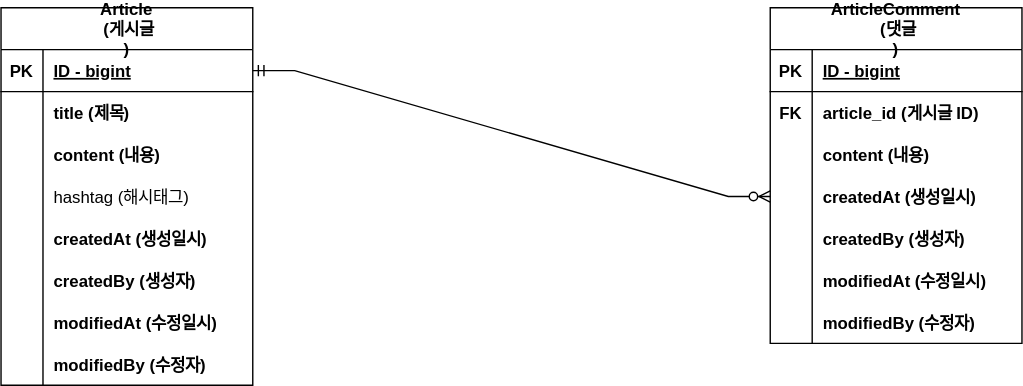
Earlier version of the draw.io export document/Board-Project-ERD.svg (Swacker3927/fastcampus-board-project). Source tidied: cells renumbered, new cells last; positions are measured from the earlier drawing's top-left corner, leaving out a move shared by most shapes.
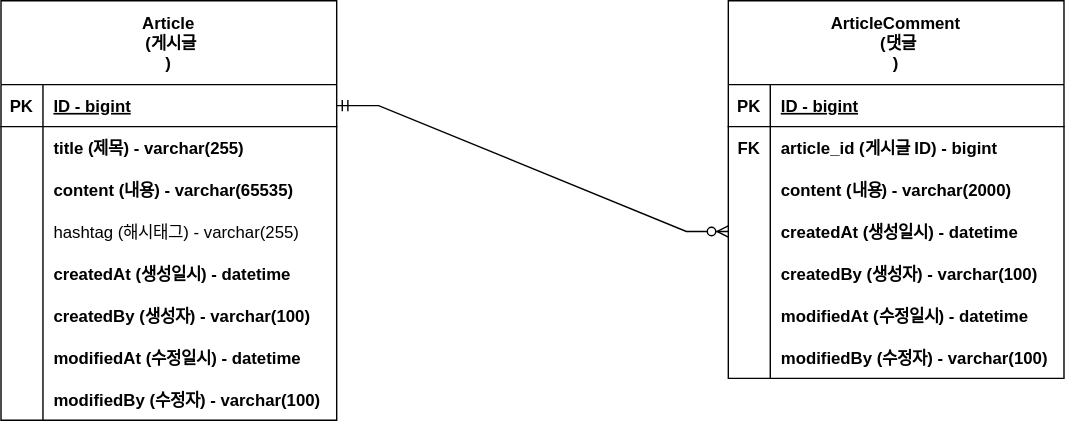
After the change.

What changed in the source:
```diff
@@ -2,146 +2,146 @@
   <root>
     <mxCell id="0" />
     <mxCell id="1" parent="0" />
-    <mxCell id="2" value="Article&#10; (게시글&#10;)" style="shape=table;startSize=30;rowLines=0;fontStyle=1;align=center;" parent="1" vertex="1">
-      <mxGeometry width="180" height="270" as="geometry" />
+    <mxCell id="2" value="Article&#10; (게시글&#10;)" style="shape=table;startSize=60;rowLines=0;fontStyle=1;align=center;" parent="1" vertex="1">
+      <mxGeometry x="-30" y="-40" width="240" height="300" as="geometry" />
     </mxCell>
     <mxCell id="3" style="shape=tableRow;horizontal=0;startSize=0;swimlaneHead=0;swimlaneBody=0;fillColor=none;points=[[0,0.5],[1,0.5]];portConstraint=eastwest;top=0;left=0;right=0;bottom=1;" parent="2" vertex="1">
-      <mxGeometry y="30" width="180" height="30" as="geometry" />
+      <mxGeometry y="60" width="240" height="30" as="geometry" />
     </mxCell>
     <mxCell id="4" value="PK" style="shape=partialRectangle;fillColor=none;top=0;left=0;bottom=0;right=0;fontStyle=1;overflow=hidden;" parent="3" vertex="1">
       <mxGeometry width="30" height="30" as="geometry" />
     </mxCell>
     <mxCell id="5" value="ID - bigint" style="shape=partialRectangle;fillColor=none;top=0;left=0;bottom=0;right=0;align=left;spacingLeft=6;fontStyle=5;overflow=hidden;" parent="3" vertex="1">
-      <mxGeometry x="30" width="150" height="30" as="geometry" />
+      <mxGeometry x="30" width="210" height="30" as="geometry" />
     </mxCell>
     <mxCell id="6" style="shape=tableRow;horizontal=0;startSize=0;swimlaneHead=0;swimlaneBody=0;fillColor=none;top=0;left=0;right=0;bottom=0;" parent="2" vertex="1">
-      <mxGeometry y="60" width="180" height="30" as="geometry" />
+      <mxGeometry y="90" width="240" height="30" as="geometry" />
     </mxCell>
     <mxCell id="7" style="shape=partialRectangle;fillColor=none;top=0;left=0;bottom=0;right=0;overflow=hidden;" parent="6" vertex="1">
       <mxGeometry width="30" height="30" as="geometry" />
     </mxCell>
-    <mxCell id="8" value="title (제목)" style="shape=partialRectangle;fillColor=none;top=0;left=0;bottom=0;right=0;align=left;spacingLeft=6;overflow=hidden;fontStyle=1;" parent="6" vertex="1">
-      <mxGeometry x="30" width="150" height="30" as="geometry" />
+    <mxCell id="8" value="title (제목) - varchar(255)" style="shape=partialRectangle;fillColor=none;top=0;left=0;bottom=0;right=0;align=left;spacingLeft=6;overflow=hidden;fontStyle=1;" parent="6" vertex="1">
+      <mxGeometry x="30" width="210" height="30" as="geometry" />
     </mxCell>
     <mxCell id="9" style="shape=tableRow;horizontal=0;startSize=0;swimlaneHead=0;swimlaneBody=0;fillColor=none;top=0;left=0;right=0;bottom=0;" parent="2" vertex="1">
-      <mxGeometry y="90" width="180" height="30" as="geometry" />
+      <mxGeometry y="120" width="240" height="30" as="geometry" />
     </mxCell>
     <mxCell id="10" style="shape=partialRectangle;fillColor=none;top=0;left=0;bottom=0;right=0;overflow=hidden;" parent="9" vertex="1">
       <mxGeometry width="30" height="30" as="geometry" />
     </mxCell>
-    <mxCell id="11" value="content (내용)" style="shape=partialRectangle;fillColor=none;top=0;left=0;bottom=0;right=0;align=left;spacingLeft=6;overflow=hidden;fontStyle=1;" parent="9" vertex="1">
-      <mxGeometry x="30" width="150" height="30" as="geometry" />
+    <mxCell id="11" value="content (내용) - varchar(65535)" style="shape=partialRectangle;fillColor=none;top=0;left=0;bottom=0;right=0;align=left;spacingLeft=6;overflow=hidden;fontStyle=1;" parent="9" vertex="1">
+      <mxGeometry x="30" width="210" height="30" as="geometry" />
     </mxCell>
     <mxCell id="12" style="shape=tableRow;horizontal=0;startSize=0;swimlaneHead=0;swimlaneBody=0;fillColor=none;top=0;left=0;right=0;bottom=0;" parent="2" vertex="1">
-      <mxGeometry y="120" width="180" height="30" as="geometry" />
+      <mxGeometry y="150" width="240" height="30" as="geometry" />
     </mxCell>
     <mxCell id="13" style="shape=partialRectangle;fillColor=none;top=0;left=0;bottom=0;right=0;overflow=hidden;" parent="12" vertex="1">
       <mxGeometry width="30" height="30" as="geometry" />
     </mxCell>
-    <mxCell id="14" value="hashtag (해시태그)" style="shape=partialRectangle;fillColor=none;top=0;left=0;bottom=0;right=0;align=left;spacingLeft=6;overflow=hidden;" parent="12" vertex="1">
-      <mxGeometry x="30" width="150" height="30" as="geometry" />
+    <mxCell id="14" value="hashtag (해시태그) - varchar(255)" style="shape=partialRectangle;fillColor=none;top=0;left=0;bottom=0;right=0;align=left;spacingLeft=6;overflow=hidden;" parent="12" vertex="1">
+      <mxGeometry x="30" width="210" height="30" as="geometry" />
     </mxCell>
     <mxCell id="15" style="shape=tableRow;horizontal=0;startSize=0;swimlaneHead=0;swimlaneBody=0;fillColor=none;top=0;left=0;right=0;bottom=0;" parent="2" vertex="1">
-      <mxGeometry y="150" width="180" height="30" as="geometry" />
+      <mxGeometry y="180" width="240" height="30" as="geometry" />
     </mxCell>
     <mxCell id="16" style="shape=partialRectangle;fillColor=none;top=0;left=0;bottom=0;right=0;overflow=hidden;" parent="15" vertex="1">
       <mxGeometry width="30" height="30" as="geometry" />
     </mxCell>
-    <mxCell id="17" value="createdAt (생성일시)" style="shape=partialRectangle;fillColor=none;top=0;left=0;bottom=0;right=0;align=left;spacingLeft=6;overflow=hidden;fontStyle=1;" parent="15" vertex="1">
-      <mxGeometry x="30" width="150" height="30" as="geometry" />
+    <mxCell id="17" value="createdAt (생성일시) - datetime" style="shape=partialRectangle;fillColor=none;top=0;left=0;bottom=0;right=0;align=left;spacingLeft=6;overflow=hidden;fontStyle=1;" parent="15" vertex="1">
+      <mxGeometry x="30" width="210" height="30" as="geometry" />
     </mxCell>
     <mxCell id="18" style="shape=tableRow;horizontal=0;startSize=0;swimlaneHead=0;swimlaneBody=0;fillColor=none;top=0;left=0;right=0;bottom=0;" parent="2" vertex="1">
-      <mxGeometry y="180" width="180" height="30" as="geometry" />
+      <mxGeometry y="210" width="240" height="30" as="geometry" />
     </mxCell>
     <mxCell id="19" style="shape=partialRectangle;fillColor=none;top=0;left=0;bottom=0;right=0;overflow=hidden;" parent="18" vertex="1">
       <mxGeometry width="30" height="30" as="geometry" />
     </mxCell>
-    <mxCell id="20" value="createdBy (생성자)" style="shape=partialRectangle;fillColor=none;top=0;left=0;bottom=0;right=0;align=left;spacingLeft=6;overflow=hidden;fontStyle=1;" parent="18" vertex="1">
-      <mxGeometry x="30" width="150" height="30" as="geometry" />
+    <mxCell id="20" value="createdBy (생성자) - varchar(100)" style="shape=partialRectangle;fillColor=none;top=0;left=0;bottom=0;right=0;align=left;spacingLeft=6;overflow=hidden;fontStyle=1;" parent="18" vertex="1">
+      <mxGeometry x="30" width="210" height="30" as="geometry" />
     </mxCell>
     <mxCell id="21" style="shape=tableRow;horizontal=0;startSize=0;swimlaneHead=0;swimlaneBody=0;fillColor=none;top=0;left=0;right=0;bottom=0;" parent="2" vertex="1">
-      <mxGeometry y="210" width="180" height="30" as="geometry" />
+      <mxGeometry y="240" width="240" height="30" as="geometry" />
     </mxCell>
     <mxCell id="22" style="shape=partialRectangle;fillColor=none;top=0;left=0;bottom=0;right=0;overflow=hidden;" parent="21" vertex="1">
       <mxGeometry width="30" height="30" as="geometry" />
     </mxCell>
-    <mxCell id="23" value="modifiedAt (수정일시)" style="shape=partialRectangle;fillColor=none;top=0;left=0;bottom=0;right=0;align=left;spacingLeft=6;overflow=hidden;fontStyle=1;" parent="21" vertex="1">
-      <mxGeometry x="30" width="150" height="30" as="geometry" />
+    <mxCell id="23" value="modifiedAt (수정일시) - datetime" style="shape=partialRectangle;fillColor=none;top=0;left=0;bottom=0;right=0;align=left;spacingLeft=6;overflow=hidden;fontStyle=1;" parent="21" vertex="1">
+      <mxGeometry x="30" width="210" height="30" as="geometry" />
     </mxCell>
     <mxCell id="24" style="shape=tableRow;horizontal=0;startSize=0;swimlaneHead=0;swimlaneBody=0;fillColor=none;top=0;left=0;right=0;bottom=0;" parent="2" vertex="1">
-      <mxGeometry y="240" width="180" height="30" as="geometry" />
+      <mxGeometry y="270" width="240" height="30" as="geometry" />
     </mxCell>
     <mxCell id="25" style="shape=partialRectangle;fillColor=none;top=0;left=0;bottom=0;right=0;overflow=hidden;" parent="24" vertex="1">
       <mxGeometry width="30" height="30" as="geometry" />
     </mxCell>
-    <mxCell id="26" value="modifiedBy (수정자)" style="shape=partialRectangle;fillColor=none;top=0;left=0;bottom=0;right=0;align=left;spacingLeft=6;overflow=hidden;fontStyle=1;" parent="24" vertex="1">
-      <mxGeometry x="30" width="150" height="30" as="geometry" />
+    <mxCell id="26" value="modifiedBy (수정자) - varchar(100)" style="shape=partialRectangle;fillColor=none;top=0;left=0;bottom=0;right=0;align=left;spacingLeft=6;overflow=hidden;fontStyle=1;" parent="24" vertex="1">
+      <mxGeometry x="30" width="210" height="30" as="geometry" />
     </mxCell>
-    <mxCell id="27" value="ArticleComment&#10; (댓글&#10;)" style="shape=table;startSize=30;rowLines=0;fontStyle=1;align=center;" parent="1" vertex="1">
-      <mxGeometry x="550" width="180" height="240" as="geometry" />
+    <mxCell id="27" value="ArticleComment&#10; (댓글&#10;)" style="shape=table;startSize=60;rowLines=0;fontStyle=1;align=center;" parent="1" vertex="1">
+      <mxGeometry x="490" y="-40" width="240" height="270" as="geometry" />
     </mxCell>
     <mxCell id="28" style="shape=tableRow;horizontal=0;startSize=0;swimlaneHead=0;swimlaneBody=0;fillColor=none;top=0;left=0;right=0;bottom=1;" parent="27" vertex="1">
-      <mxGeometry y="30" width="180" height="30" as="geometry" />
+      <mxGeometry y="60" width="240" height="30" as="geometry" />
     </mxCell>
     <mxCell id="29" value="PK" style="shape=partialRectangle;fillColor=none;top=0;left=0;bottom=0;right=0;fontStyle=1;overflow=hidden;" parent="28" vertex="1">
       <mxGeometry width="30" height="30" as="geometry" />
     </mxCell>
     <mxCell id="30" value="ID - bigint" style="shape=partialRectangle;fillColor=none;top=0;left=0;bottom=0;right=0;align=left;spacingLeft=6;fontStyle=5;overflow=hidden;" parent="28" vertex="1">
-      <mxGeometry x="30" width="150" height="30" as="geometry" />
+      <mxGeometry x="30" width="210" height="30" as="geometry" />
     </mxCell>
     <mxCell id="31" style="shape=tableRow;horizontal=0;startSize=0;swimlaneHead=0;swimlaneBody=0;fillColor=none;top=0;left=0;right=0;bottom=0;" parent="27" vertex="1">
-      <mxGeometry y="60" width="180" height="30" as="geometry" />
+      <mxGeometry y="90" width="240" height="30" as="geometry" />
     </mxCell>
     <mxCell id="32" value="FK" style="shape=partialRectangle;fillColor=none;top=0;left=0;bottom=0;right=0;overflow=hidden;fontStyle=1;" parent="31" vertex="1">
       <mxGeometry width="30" height="30" as="geometry" />
     </mxCell>
-    <mxCell id="33" value="article_id (게시글 ID)" style="shape=partialRectangle;fillColor=none;top=0;left=0;bottom=0;right=0;align=left;spacingLeft=6;overflow=hidden;fontStyle=1;" parent="31" vertex="1">
-      <mxGeometry x="30" width="150" height="30" as="geometry" />
+    <mxCell id="33" value="article_id (게시글 ID) - bigint" style="shape=partialRectangle;fillColor=none;top=0;left=0;bottom=0;right=0;align=left;spacingLeft=6;overflow=hidden;fontStyle=1;" parent="31" vertex="1">
+      <mxGeometry x="30" width="210" height="30" as="geometry" />
     </mxCell>
     <mxCell id="34" style="shape=tableRow;horizontal=0;startSize=0;swimlaneHead=0;swimlaneBody=0;fillColor=none;top=0;left=0;right=0;bottom=0;" parent="27" vertex="1">
-      <mxGeometry y="90" width="180" height="30" as="geometry" />
+      <mxGeometry y="120" width="240" height="30" as="geometry" />
     </mxCell>
     <mxCell id="35" style="shape=partialRectangle;fillColor=none;top=0;left=0;bottom=0;right=0;overflow=hidden;" parent="34" vertex="1">
       <mxGeometry width="30" height="30" as="geometry" />
     </mxCell>
-    <mxCell id="36" value="content (내용)" style="shape=partialRectangle;fillColor=none;top=0;left=0;bottom=0;right=0;align=left;spacingLeft=6;overflow=hidden;fontStyle=1;" parent="34" vertex="1">
-      <mxGeometry x="30" width="150" height="30" as="geometry" />
+    <mxCell id="36" value="content (내용) - varchar(2000)" style="shape=partialRectangle;fillColor=none;top=0;left=0;bottom=0;right=0;align=left;spacingLeft=6;overflow=hidden;fontStyle=1;" parent="34" vertex="1">
+      <mxGeometry x="30" width="210" height="30" as="geometry" />
     </mxCell>
     <mxCell id="37" style="shape=tableRow;horizontal=0;startSize=0;swimlaneHead=0;swimlaneBody=0;fillColor=none;points=[[0,0.5],[1,0.5]];portConstraint=eastwest;top=0;left=0;right=0;bottom=0;" parent="27" vertex="1">
-      <mxGeometry y="120" width="180" height="30" as="geometry" />
+      <mxGeometry y="150" width="240" height="30" as="geometry" />
     </mxCell>
     <mxCell id="38" style="shape=partialRectangle;fillColor=none;top=0;left=0;bottom=0;right=0;overflow=hidden;" parent="37" vertex="1">
       <mxGeometry width="30" height="30" as="geometry" />
     </mxCell>
-    <mxCell id="39" value="createdAt (생성일시)" style="shape=partialRectangle;fillColor=none;top=0;left=0;bottom=0;right=0;align=left;spacingLeft=6;overflow=hidden;fontStyle=1;" parent="37" vertex="1">
-      <mxGeometry x="30" width="150" height="30" as="geometry" />
+    <mxCell id="39" value="createdAt (생성일시) - datetime" style="shape=partialRectangle;fillColor=none;top=0;left=0;bottom=0;right=0;align=left;spacingLeft=6;overflow=hidden;fontStyle=1;" parent="37" vertex="1">
+      <mxGeometry x="30" width="210" height="30" as="geometry" />
     </mxCell>
     <mxCell id="40" style="shape=tableRow;horizontal=0;startSize=0;swimlaneHead=0;swimlaneBody=0;fillColor=none;top=0;left=0;right=0;bottom=0;" parent="27" vertex="1">
-      <mxGeometry y="150" width="180" height="30" as="geometry" />
+      <mxGeometry y="180" width="240" height="30" as="geometry" />
     </mxCell>
     <mxCell id="41" style="shape=partialRectangle;fillColor=none;top=0;left=0;bottom=0;right=0;overflow=hidden;" parent="40" vertex="1">
       <mxGeometry width="30" height="30" as="geometry" />
     </mxCell>
-    <mxCell id="42" value="createdBy (생성자)" style="shape=partialRectangle;fillColor=none;top=0;left=0;bottom=0;right=0;align=left;spacingLeft=6;overflow=hidden;fontStyle=1;" parent="40" vertex="1">
-      <mxGeometry x="30" width="150" height="30" as="geometry" />
+    <mxCell id="42" value="createdBy (생성자) - varchar(100)" style="shape=partialRectangle;fillColor=none;top=0;left=0;bottom=0;right=0;align=left;spacingLeft=6;overflow=hidden;fontStyle=1;" parent="40" vertex="1">
+      <mxGeometry x="30" width="210" height="30" as="geometry" />
     </mxCell>
     <mxCell id="43" style="shape=tableRow;horizontal=0;startSize=0;swimlaneHead=0;swimlaneBody=0;fillColor=none;top=0;left=0;right=0;bottom=0;" parent="27" vertex="1">
-      <mxGeometry y="180" width="180" height="30" as="geometry" />
+      <mxGeometry y="210" width="240" height="30" as="geometry" />
     </mxCell>
     <mxCell id="44" style="shape=partialRectangle;fillColor=none;top=0;left=0;bottom=0;right=0;overflow=hidden;" parent="43" vertex="1">
       <mxGeometry width="30" height="30" as="geometry" />
     </mxCell>
-    <mxCell id="45" value="modifiedAt (수정일시)" style="shape=partialRectangle;fillColor=none;top=0;left=0;bottom=0;right=0;align=left;spacingLeft=6;overflow=hidden;fontStyle=1;" parent="43" vertex="1">
-      <mxGeometry x="30" width="150" height="30" as="geometry" />
+    <mxCell id="45" value="modifiedAt (수정일시) - datetime" style="shape=partialRectangle;fillColor=none;top=0;left=0;bottom=0;right=0;align=left;spacingLeft=6;overflow=hidden;fontStyle=1;" parent="43" vertex="1">
+      <mxGeometry x="30" width="210" height="30" as="geometry" />
     </mxCell>
     <mxCell id="46" style="shape=tableRow;horizontal=0;startSize=0;swimlaneHead=0;swimlaneBody=0;fillColor=none;top=0;left=0;right=0;bottom=0;" parent="27" vertex="1">
-      <mxGeometry y="210" width="180" height="30" as="geometry" />
+      <mxGeometry y="240" width="240" height="30" as="geometry" />
     </mxCell>
     <mxCell id="47" style="shape=partialRectangle;fillColor=none;top=0;left=0;bottom=0;right=0;overflow=hidden;" parent="46" vertex="1">
       <mxGeometry width="30" height="30" as="geometry" />
     </mxCell>
-    <mxCell id="48" value="modifiedBy (수정자)" style="shape=partialRectangle;fillColor=none;top=0;left=0;bottom=0;right=0;align=left;spacingLeft=6;overflow=hidden;fontStyle=1;" parent="46" vertex="1">
-      <mxGeometry x="30" width="150" height="30" as="geometry" />
+    <mxCell id="48" value="modifiedBy (수정자) - varchar(100)" style="shape=partialRectangle;fillColor=none;top=0;left=0;bottom=0;right=0;align=left;spacingLeft=6;overflow=hidden;fontStyle=1;" parent="46" vertex="1">
+      <mxGeometry x="30" width="210" height="30" as="geometry" />
     </mxCell>
     <mxCell id="49" style="edgeStyle=entityRelationEdgeStyle;fontSize=12;html=1;endArrow=ERzeroToMany;startArrow=ERmandOne;rounded=0;exitX=1;exitY=0.5;exitDx=0;exitDy=0;entryX=0;entryY=0.5;entryDx=0;entryDy=0;" parent="1" edge="1" source="3" target="37">
       <mxGeometry relative="1" as="geometry" />
```
